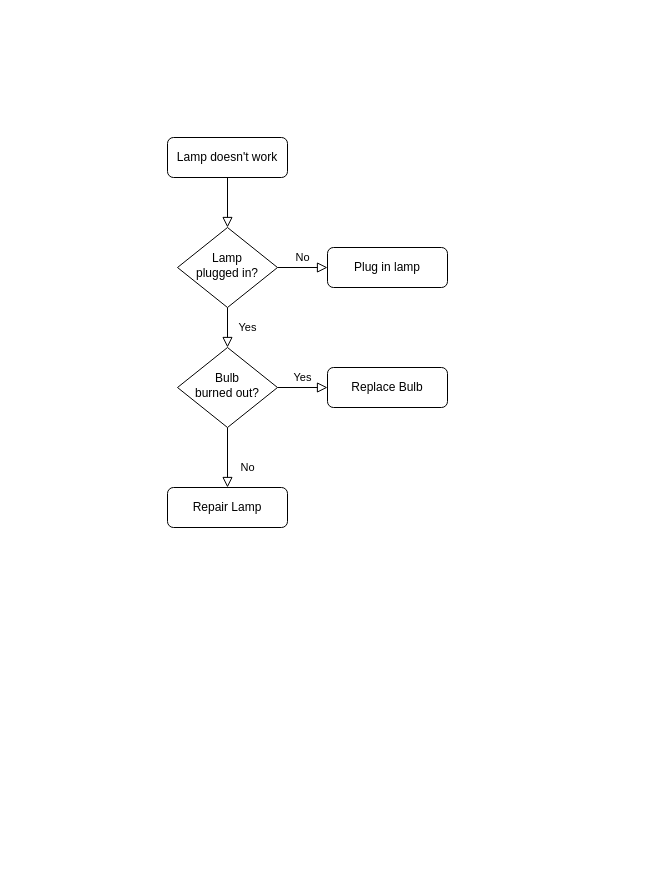
This is page "Page-1" (1 of 2) of 未命名绘图.drawio from admin313cn/LINGYUE, a draw.io file, before an edit. Source tidied: cells renumbered, new cells numbered last; positions are measured from the earlier drawing's top-left corner, leaving out a move shared by most shapes. Both pictures are drawn from the tidied source at 100%, with x=0, y=0 at pixel (167, 137).
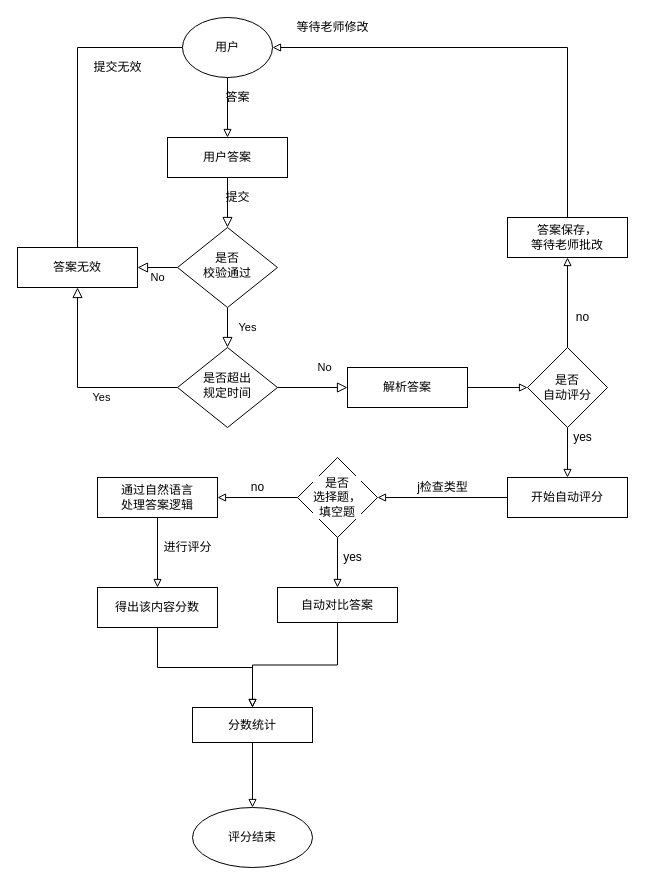
The same page after the edit.

Commit message:
更新未命名绘图.drawio

Diff of the diagram source:
```diff
@@
-    <mxCell id="3" value="Lamp doesn't work" style="rounded=1;whiteSpace=wrap;html=1;fontSize=12;glass=0;strokeWidth=1;shadow=0;" parent="1" vertex="1">
+    <mxCell id="3" value="用户答案" style="rounded=0;whiteSpace=wrap;html=1;fontSize=12;glass=0;strokeWidth=1;shadow=0;fillColor=default;strokeColor=default;fontColor=default;" parent="1" vertex="1">
       <mxGeometry width="120" height="40" as="geometry" />
     </mxCell>
@@
-    <mxCell id="6" value="Lamp&lt;br&gt;plugged in?" style="rhombus;whiteSpace=wrap;html=1;shadow=0;fontFamily=Helvetica;fontSize=12;align=center;strokeWidth=1;spacing=6;spacingTop=-4;" parent="1" vertex="1">
+    <mxCell id="6" value="是否&lt;br&gt;校验通过" style="rhombus;whiteSpace=wrap;html=1;shadow=0;fontFamily=Helvetica;fontSize=12;align=center;strokeWidth=1;spacing=6;spacingTop=-4;" parent="1" vertex="1">
       <mxGeometry x="10" y="90" width="100" height="80" as="geometry" />
     </mxCell>
+    <mxCell id="13" style="edgeStyle=orthogonalEdgeStyle;rounded=0;jettySize=auto;html=1;entryX=1;entryY=0.5;entryDx=0;entryDy=0;strokeColor=default;labelBackgroundColor=default;fontColor=default;endArrow=block;endFill=0;" parent="1" edge="1" source="7" target="24">
+      <mxGeometry relative="1" as="geometry">
+        <Array as="points">
+          <mxPoint x="-90" y="-90" />
+        </Array>
+      </mxGeometry>
+    </mxCell>
-    <mxCell id="7" value="Plug in lamp" style="rounded=1;whiteSpace=wrap;html=1;fontSize=12;glass=0;strokeWidth=1;shadow=0;" parent="1" vertex="1">
-      <mxGeometry x="160" y="110" width="120" height="40" as="geometry" />
+    <mxCell id="7" value="答案无效" style="rounded=0;whiteSpace=wrap;html=1;fontSize=12;glass=0;strokeWidth=1;shadow=0;fillColor=default;strokeColor=default;fontColor=default;" parent="1" vertex="1">
+      <mxGeometry x="-150" y="110" width="120" height="40" as="geometry" />
     </mxCell>
@@
-    <mxCell id="9" value="Yes" style="edgeStyle=orthogonalEdgeStyle;rounded=0;html=1;jettySize=auto;fontSize=11;endArrow=block;endFill=0;endSize=8;strokeWidth=1;shadow=0;labelBackgroundColor=none;" parent="1" edge="1" source="10" target="12">
-      <mxGeometry y="10" relative="1" as="geometry" />
+    <mxCell id="9" value="Yes" style="edgeStyle=orthogonalEdgeStyle;rounded=0;html=1;jettySize=auto;fontSize=11;endArrow=block;endFill=0;endSize=8;strokeWidth=1;shadow=0;labelBackgroundColor=none;strokeColor=default;fontColor=default;entryX=0.5;entryY=1;entryDx=0;entryDy=0;" parent="1" edge="1" source="10" target="7">
+      <mxGeometry x="-0.24" y="10" relative="1" as="geometry" />
     </mxCell>
-    <mxCell id="10" value="Bulb&lt;br&gt;burned out?" style="rhombus;whiteSpace=wrap;html=1;shadow=0;fontFamily=Helvetica;fontSize=12;align=center;strokeWidth=1;spacing=6;spacingTop=-4;" parent="1" vertex="1">
+    <mxCell id="10" value="是否超出&lt;br&gt;规定时间" style="rhombus;whiteSpace=wrap;html=1;shadow=0;fontFamily=Helvetica;fontSize=12;align=center;strokeWidth=1;spacing=6;spacingTop=-4;" parent="1" vertex="1">
       <mxGeometry x="10" y="210" width="100" height="80" as="geometry" />
     </mxCell>
+    <mxCell id="14" style="edgeStyle=orthogonalEdgeStyle;rounded=0;jettySize=auto;html=1;labelBackgroundColor=default;fontColor=default;endArrow=block;endFill=0;strokeColor=default;" parent="1" edge="1" source="11" target="19">
+      <mxGeometry relative="1" as="geometry" />
+    </mxCell>
-    <mxCell id="11" value="Repair Lamp" style="rounded=1;whiteSpace=wrap;html=1;fontSize=12;glass=0;strokeWidth=1;shadow=0;" parent="1" vertex="1">
-      <mxGeometry y="350" width="120" height="40" as="geometry" />
+    <mxCell id="11" value="解析答案" style="rounded=0;whiteSpace=wrap;html=1;fontSize=12;glass=0;strokeWidth=1;shadow=0;fillColor=default;strokeColor=default;fontColor=default;" parent="1" vertex="1">
+      <mxGeometry x="180" y="230" width="120" height="40" as="geometry" />
     </mxCell>
-    <mxCell id="12" value="Replace Bulb" style="rounded=1;whiteSpace=wrap;html=1;fontSize=12;glass=0;strokeWidth=1;shadow=0;" parent="1" vertex="1">
-      <mxGeometry x="160" y="230" width="120" height="40" as="geometry" />
-    </mxCell>
+    <mxCell id="15" value="提交" style="text;html=1;align=center;verticalAlign=middle;strokeColor=none;fillColor=none;" parent="1" vertex="1">
+      <mxGeometry x="50" y="50" width="40" height="20" as="geometry" />
+    </mxCell>
+    <mxCell id="16" value="提交无效" style="text;html=1;align=center;verticalAlign=middle;strokeColor=none;fillColor=none;fontColor=default;" parent="1" vertex="1">
+      <mxGeometry x="-80" y="-80" width="60" height="20" as="geometry" />
+    </mxCell>
+    <mxCell id="17" style="edgeStyle=orthogonalEdgeStyle;rounded=0;jettySize=auto;html=1;labelBackgroundColor=default;fontColor=default;endArrow=block;endFill=0;strokeColor=default;" parent="1" edge="1" source="19" target="21">
+      <mxGeometry relative="1" as="geometry" />
+    </mxCell>
+    <mxCell id="18" style="edgeStyle=orthogonalEdgeStyle;rounded=0;jettySize=auto;html=1;labelBackgroundColor=default;fontColor=default;endArrow=block;endFill=0;strokeColor=default;" parent="1" edge="1" source="19" target="36">
+      <mxGeometry relative="1" as="geometry" />
+    </mxCell>
+    <mxCell id="19" value="是否&lt;br&gt;自动评分" style="rhombus;whiteSpace=wrap;html=1;rounded=0;shadow=0;strokeWidth=1;glass=0;fillColor=default;strokeColor=default;fontColor=default;" parent="1" vertex="1">
+      <mxGeometry x="360" y="210" width="80" height="80" as="geometry" />
+    </mxCell>
+    <mxCell id="20" style="edgeStyle=orthogonalEdgeStyle;rounded=0;jettySize=auto;html=1;labelBackgroundColor=default;fontColor=default;endArrow=block;endFill=0;strokeColor=default;" parent="1" edge="1" source="21" target="28">
+      <mxGeometry relative="1" as="geometry" />
+    </mxCell>
+    <mxCell id="21" value="开始自动评分" style="whiteSpace=wrap;html=1;rounded=0;shadow=0;strokeWidth=1;glass=0;fillColor=default;strokeColor=default;fontColor=default;" parent="1" vertex="1">
+      <mxGeometry x="340" y="340" width="120" height="40" as="geometry" />
+    </mxCell>
+    <mxCell id="22" value="yes" style="text;html=1;align=center;verticalAlign=middle;strokeColor=none;fillColor=none;fontColor=default;" parent="1" vertex="1">
+      <mxGeometry x="400" y="290" width="30" height="20" as="geometry" />
+    </mxCell>
+    <mxCell id="23" style="edgeStyle=orthogonalEdgeStyle;rounded=0;jettySize=auto;html=1;labelBackgroundColor=default;fontColor=default;endArrow=block;endFill=0;strokeColor=default;entryX=0.5;entryY=0;entryDx=0;entryDy=0;" parent="1" edge="1" source="24" target="3">
+      <mxGeometry relative="1" as="geometry" />
+    </mxCell>
+    <mxCell id="24" value="用户" style="ellipse;whiteSpace=wrap;html=1;rounded=0;fontColor=default;strokeColor=default;fillColor=default;" parent="1" vertex="1">
+      <mxGeometry x="15" y="-120" width="90" height="60" as="geometry" />
+    </mxCell>
+    <mxCell id="25" value="答案" style="text;html=1;align=center;verticalAlign=middle;strokeColor=none;fillColor=none;fontColor=default;" parent="1" vertex="1">
+      <mxGeometry x="50" y="-50" width="40" height="20" as="geometry" />
+    </mxCell>
+    <mxCell id="26" style="edgeStyle=orthogonalEdgeStyle;rounded=0;jettySize=auto;html=1;labelBackgroundColor=default;fontColor=default;endArrow=block;endFill=0;strokeColor=default;" parent="1" edge="1" source="28" target="30">
+      <mxGeometry relative="1" as="geometry" />
+    </mxCell>
+    <mxCell id="27" style="edgeStyle=orthogonalEdgeStyle;rounded=0;jettySize=auto;html=1;labelBackgroundColor=default;fontColor=default;endArrow=block;endFill=0;strokeColor=default;" parent="1" edge="1" source="28" target="33">
+      <mxGeometry relative="1" as="geometry" />
+    </mxCell>
+    <mxCell id="28" value="是否&lt;br&gt;选择题，&lt;br&gt;填空题" style="rhombus;whiteSpace=wrap;html=1;rounded=0;shadow=0;strokeWidth=1;glass=0;strokeColor=default;labelBackgroundColor=default;fontColor=default;fillColor=default;" parent="1" vertex="1">
+      <mxGeometry x="130" y="320" width="80" height="80" as="geometry" />
+    </mxCell>
+    <mxCell id="29" style="edgeStyle=orthogonalEdgeStyle;rounded=0;jettySize=auto;html=1;labelBackgroundColor=default;fontColor=default;endArrow=block;endFill=0;strokeColor=default;" parent="1" edge="1" source="30" target="40">
+      <mxGeometry relative="1" as="geometry" />
+    </mxCell>
+    <mxCell id="30" value="自动对比答案" style="whiteSpace=wrap;html=1;rounded=0;shadow=0;strokeWidth=1;glass=0;fillColor=default;strokeColor=default;fontColor=default;labelBackgroundColor=default;" parent="1" vertex="1">
+      <mxGeometry x="110" y="450" width="120" height="35" as="geometry" />
+    </mxCell>
+    <mxCell id="31" value="yes" style="text;html=1;align=center;verticalAlign=middle;strokeColor=none;fillColor=none;fontColor=default;labelBackgroundColor=default;" parent="1" vertex="1">
+      <mxGeometry x="170" y="410" width="30" height="20" as="geometry" />
+    </mxCell>
+    <mxCell id="32" style="edgeStyle=orthogonalEdgeStyle;rounded=0;jettySize=auto;html=1;labelBackgroundColor=default;fontColor=default;endArrow=block;endFill=0;strokeColor=default;" parent="1" edge="1" source="33" target="42">
+      <mxGeometry relative="1" as="geometry" />
+    </mxCell>
+    <mxCell id="33" value="通过自然语言&lt;br&gt;处理答案逻辑" style="whiteSpace=wrap;html=1;rounded=0;shadow=0;strokeWidth=1;glass=0;fillColor=default;strokeColor=default;fontColor=default;labelBackgroundColor=default;" parent="1" vertex="1">
+      <mxGeometry x="-70" y="340" width="120" height="40" as="geometry" />
+    </mxCell>
+    <mxCell id="34" value="no" style="text;html=1;align=center;verticalAlign=middle;strokeColor=none;fillColor=none;fontColor=default;labelBackgroundColor=default;" parent="1" vertex="1">
+      <mxGeometry x="400" y="170" width="30" height="20" as="geometry" />
+    </mxCell>
+    <mxCell id="35" style="edgeStyle=orthogonalEdgeStyle;rounded=0;jettySize=auto;html=1;entryX=1;entryY=0.5;entryDx=0;entryDy=0;labelBackgroundColor=default;fontColor=default;endArrow=block;endFill=0;strokeColor=default;" parent="1" edge="1" source="36" target="24">
+      <mxGeometry relative="1" as="geometry">
+        <Array as="points">
+          <mxPoint x="400" y="-90" />
+        </Array>
+      </mxGeometry>
+    </mxCell>
+    <mxCell id="36" value="答案保存，&lt;br&gt;等待老师批改" style="whiteSpace=wrap;html=1;rounded=0;shadow=0;strokeWidth=1;glass=0;fillColor=default;strokeColor=default;fontColor=default;" parent="1" vertex="1">
+      <mxGeometry x="340" y="80" width="120" height="40" as="geometry" />
+    </mxCell>
+    <mxCell id="37" value="no" style="text;html=1;align=center;verticalAlign=middle;strokeColor=none;fillColor=none;fontColor=default;" parent="1" vertex="1">
+      <mxGeometry x="75" y="340" width="30" height="20" as="geometry" />
+    </mxCell>
+    <mxCell id="38" value="等待老师修改" style="text;html=1;align=center;verticalAlign=middle;strokeColor=none;fillColor=none;fontColor=default;" parent="1" vertex="1">
+      <mxGeometry x="120" y="-120" width="90" height="20" as="geometry" />
+    </mxCell>
+    <mxCell id="39" style="edgeStyle=orthogonalEdgeStyle;rounded=0;jettySize=auto;html=1;labelBackgroundColor=default;fontColor=default;endArrow=block;endFill=0;strokeColor=default;" parent="1" edge="1" source="40" target="45">
+      <mxGeometry relative="1" as="geometry" />
+    </mxCell>
+    <mxCell id="40" value="分数统计" style="whiteSpace=wrap;html=1;rounded=0;shadow=0;strokeWidth=1;glass=0;fillColor=default;strokeColor=default;fontColor=default;labelBackgroundColor=default;" parent="1" vertex="1">
+      <mxGeometry x="25" y="570" width="120" height="35" as="geometry" />
+    </mxCell>
+    <mxCell id="41" style="edgeStyle=orthogonalEdgeStyle;rounded=0;jettySize=auto;html=1;labelBackgroundColor=default;fontColor=default;endArrow=block;endFill=0;strokeColor=default;" parent="1" edge="1" source="42" target="40">
+      <mxGeometry relative="1" as="geometry" />
+    </mxCell>
+    <mxCell id="42" value="得出该内容分数" style="whiteSpace=wrap;html=1;rounded=0;shadow=0;strokeWidth=1;glass=0;fillColor=default;strokeColor=default;fontColor=default;labelBackgroundColor=default;" parent="1" vertex="1">
+      <mxGeometry x="-70" y="450" width="120" height="40" as="geometry" />
+    </mxCell>
+    <mxCell id="43" value="进行评分" style="text;html=1;align=center;verticalAlign=middle;strokeColor=none;fillColor=none;fontColor=default;labelBackgroundColor=default;" parent="1" vertex="1">
+      <mxGeometry x="-10" y="400" width="60" height="20" as="geometry" />
+    </mxCell>
+    <mxCell id="44" value="j检查类型" style="text;html=1;align=center;verticalAlign=middle;strokeColor=none;fillColor=none;fontColor=default;" parent="1" vertex="1">
+      <mxGeometry x="240" y="340" width="70" height="20" as="geometry" />
+    </mxCell>
+    <mxCell id="45" value="评分结束" style="ellipse;whiteSpace=wrap;html=1;rounded=0;shadow=0;strokeWidth=1;glass=0;labelBackgroundColor=rgba(255, 255, 255, 1);" parent="1" vertex="1">
+      <mxGeometry x="25" y="670" width="120" height="60" as="geometry" />
+    </mxCell>
```
